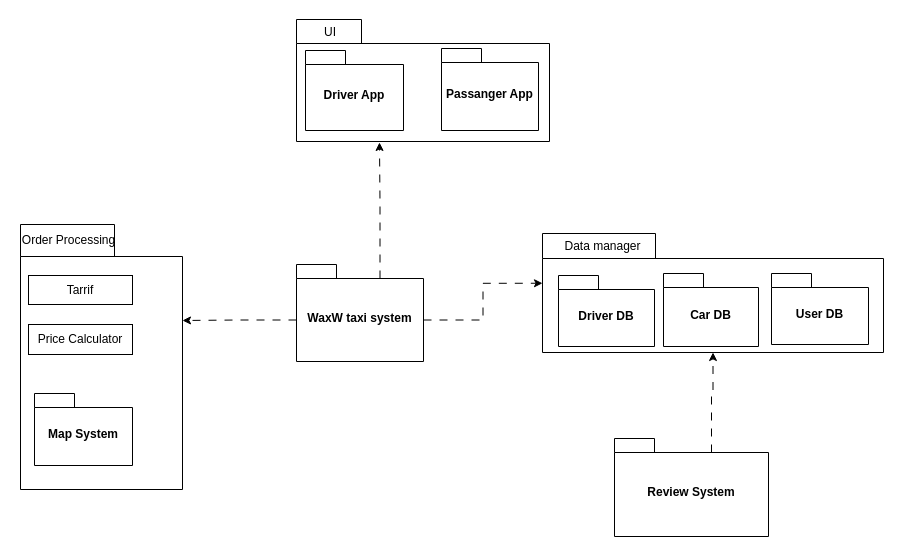
This is лаба 4/Диаграмма пакетов.drawio from googlevlad/Lebedkin_vlad_ooap_lab1, a draw.io file, before an edit. Source tidied: cells renumbered, new cells numbered last; positions are measured from the earlier drawing's top-left corner, leaving out a move shared by most shapes. Both pictures are drawn from the tidied source at 100%, with x=0, y=0 at pixel (17, 17).
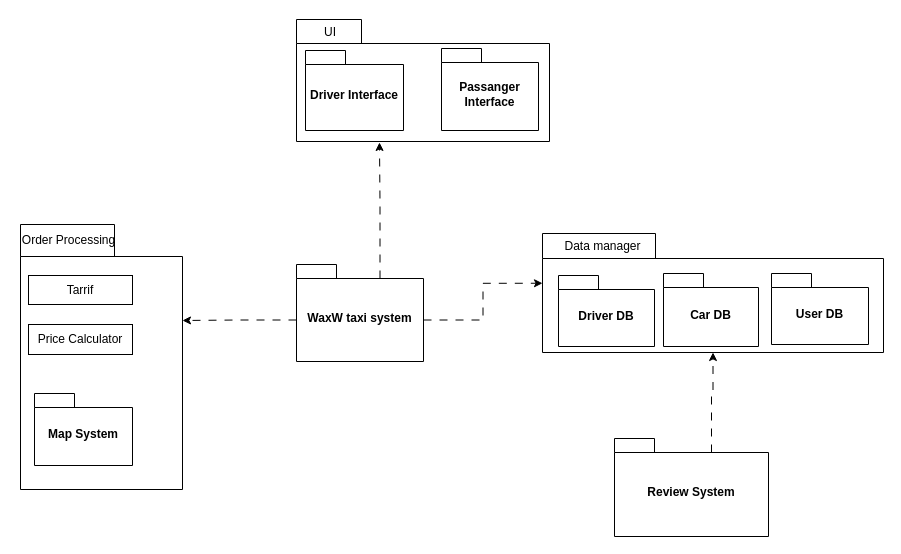
After the change.

Diff of the diagram source:
```diff
@@
-    <mxCell id="5" value="Driver App" style="shape=folder;fontStyle=1;spacingTop=10;tabWidth=40;tabHeight=14;tabPosition=left;html=1;whiteSpace=wrap;" parent="1" vertex="1">
+    <mxCell id="5" value="Driver Interface" style="shape=folder;fontStyle=1;spacingTop=10;tabWidth=40;tabHeight=14;tabPosition=left;html=1;whiteSpace=wrap;" parent="1" vertex="1">
       <mxGeometry x="288" y="33" width="98" height="80" as="geometry" />
     </mxCell>
-    <mxCell id="6" value="Passanger App" style="shape=folder;fontStyle=1;spacingTop=10;tabWidth=40;tabHeight=14;tabPosition=left;html=1;whiteSpace=wrap;" parent="1" vertex="1">
+    <mxCell id="6" value="Passanger Interface" style="shape=folder;fontStyle=1;spacingTop=10;tabWidth=40;tabHeight=14;tabPosition=left;html=1;whiteSpace=wrap;" parent="1" vertex="1">
       <mxGeometry x="424" y="31" width="97" height="82" as="geometry" />
     </mxCell>
```
